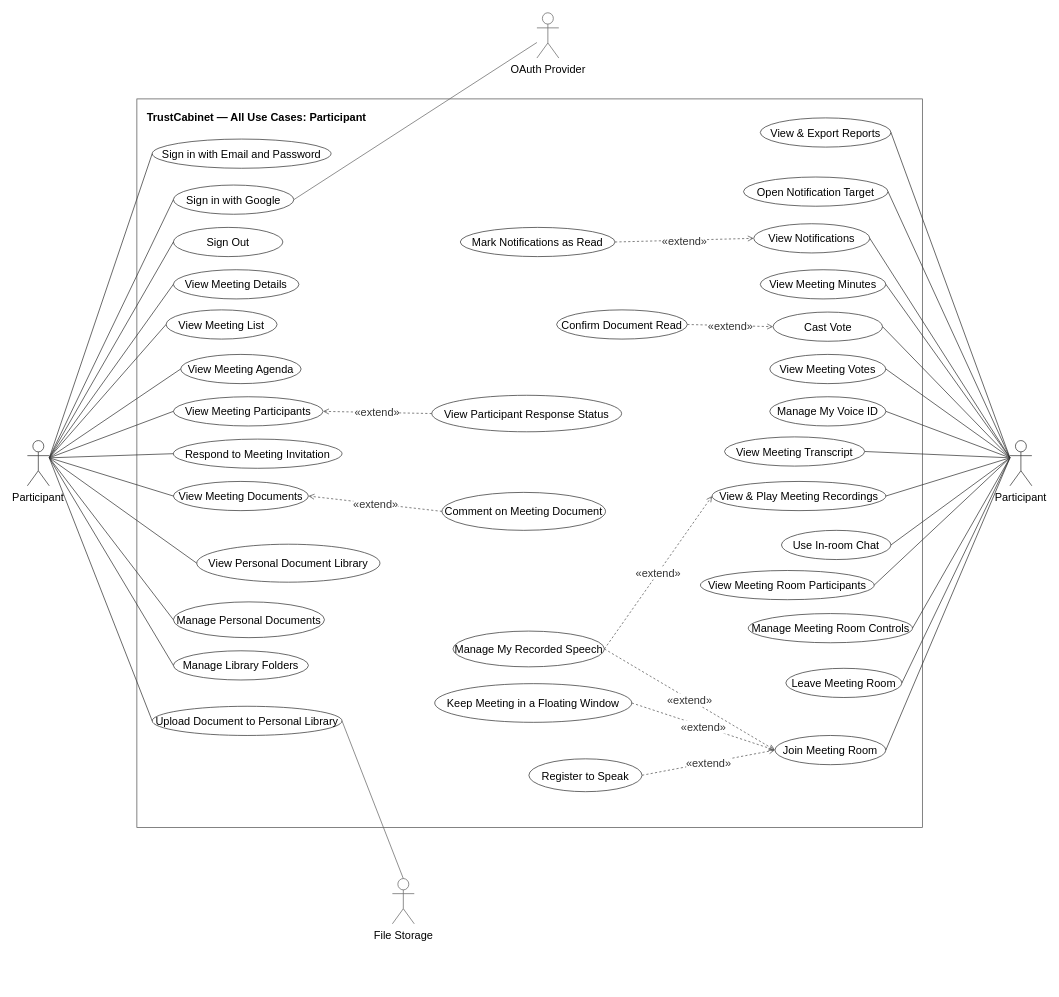
Above: page "Participant" (6 of 7) of docs/14-uc-diagram/trustcabinet-use-cases.drawio in callmehai/FU-FA26-G116 (draw.io), before the change. Source tidied: cells renumbered, new cells numbered last; positions are measured from the earlier drawing's top-left corner, leaving out a move shared by most shapes. Both pictures are drawn from the tidied source at 73%, with x=0, y=0 at pixel (27, 12).
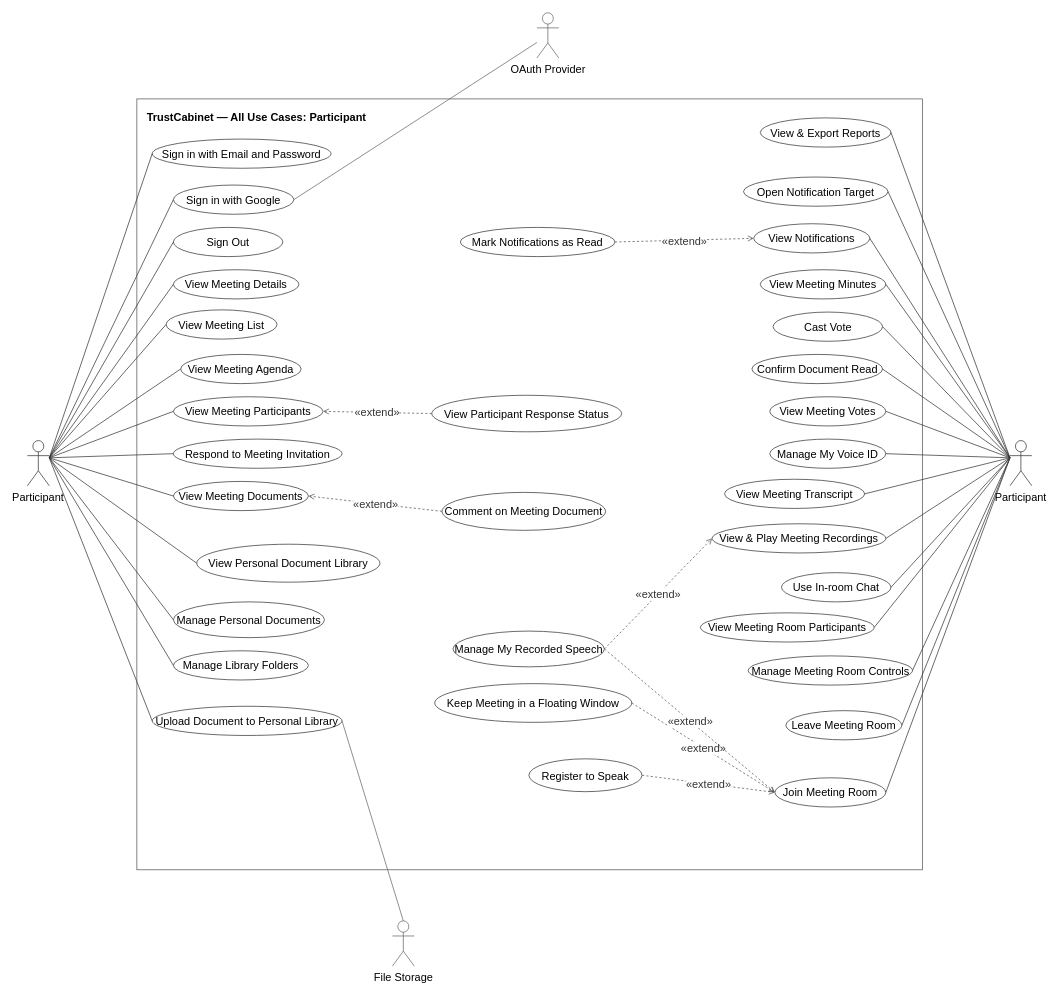
The same page after the edit.

The change refers to these unchanged cells:
```xml
<mxCell id="4" value="Participant" style="shape=umlActor;whiteSpace=wrap;verticalLabelPosition=bottom;verticalAlign=top;html=1;outlineConnect=0;fillColor=#ffffff;strokeColor=#333333;fontSize=15;" parent="1" vertex="1">
  <mxGeometry x="1346" y="586" width="30" height="62" as="geometry" />
</mxCell>
<mxCell id="23" value="Cast Vote" style="ellipse;whiteSpace=wrap;html=1;align=center;verticalAlign=middle;fontSize=15;strokeColor=#333333;fillColor=#ffffff;" parent="1" vertex="1">
  <mxGeometry x="1021.5" y="410" width="150" height="40" as="geometry" />
</mxCell>
```

Change to the diagram source:
```diff
@@
     <mxCell id="2" value="TrustCabinet — All Use Cases: Participant" style="rounded=0;whiteSpace=wrap;html=1;align=left;verticalAlign=top;spacingTop=10;spacingLeft=12;fontStyle=1;fontSize=15;strokeColor=#555555;fillColor=none;" parent="1" vertex="1">
-      <mxGeometry x="150" y="118" width="1076" height="998" as="geometry" />
+      <mxGeometry x="150" y="118" width="1076" height="1056" as="geometry" />
     </mxCell>
@@
     <mxCell id="14" value="Join Meeting Room" style="ellipse;whiteSpace=wrap;html=1;align=center;verticalAlign=middle;fontSize=15;strokeColor=#333333;fillColor=#ffffff;" parent="1" vertex="1">
-      <mxGeometry x="1024" y="990" width="152" height="40" as="geometry" />
+      <mxGeometry x="1024" y="1048" width="152" height="40" as="geometry" />
     </mxCell>
     <mxCell id="15" value="Leave Meeting Room" style="ellipse;whiteSpace=wrap;html=1;align=center;verticalAlign=middle;fontSize=15;strokeColor=#333333;fillColor=#ffffff;" parent="1" vertex="1">
-      <mxGeometry x="1039" y="898" width="159" height="40" as="geometry" />
+      <mxGeometry x="1039" y="956" width="159" height="40" as="geometry" />
     </mxCell>
     <mxCell id="16" value="Manage Meeting Room Controls" style="ellipse;whiteSpace=wrap;html=1;align=center;verticalAlign=middle;fontSize=15;strokeColor=#333333;fillColor=#ffffff;" parent="1" vertex="1">
-      <mxGeometry x="987.5" y="823" width="225" height="40" as="geometry" />
+      <mxGeometry x="987.5" y="881" width="225" height="40" as="geometry" />
     </mxCell>
     <mxCell id="17" value="View Meeting Room Participants" style="ellipse;whiteSpace=wrap;html=1;align=center;verticalAlign=middle;fontSize=15;strokeColor=#333333;fillColor=#ffffff;" parent="1" vertex="1">
-      <mxGeometry x="922" y="764" width="238" height="40" as="geometry" />
+      <mxGeometry x="922" y="822" width="238" height="40" as="geometry" />
     </mxCell>
     <mxCell id="18" value="Use In-room Chat" style="ellipse;whiteSpace=wrap;html=1;align=center;verticalAlign=middle;fontSize=15;strokeColor=#333333;fillColor=#ffffff;" parent="1" vertex="1">
-      <mxGeometry x="1033" y="709" width="150" height="40" as="geometry" />
+      <mxGeometry x="1033" y="767" width="150" height="40" as="geometry" />
     </mxCell>
@@
     <mxCell id="21" value="View &amp;amp; Play Meeting Recordings" style="ellipse;whiteSpace=wrap;html=1;align=center;verticalAlign=middle;fontSize=15;strokeColor=#333333;fillColor=#ffffff;" parent="1" vertex="1">
-      <mxGeometry x="938" y="642" width="238" height="40" as="geometry" />
+      <mxGeometry x="938" y="700" width="238" height="40" as="geometry" />
     </mxCell>
     <mxCell id="22" value="View Meeting Votes" style="ellipse;whiteSpace=wrap;html=1;align=center;verticalAlign=middle;fontSize=15;strokeColor=#333333;fillColor=#ffffff;" parent="1" vertex="1">
-      <mxGeometry x="1017" y="468" width="159" height="40" as="geometry" />
+      <mxGeometry x="1017" y="526" width="159" height="40" as="geometry" />
     </mxCell>
@@
     <mxCell id="33" value="View Meeting Transcript" style="ellipse;whiteSpace=wrap;html=1;align=center;verticalAlign=middle;fontSize=15;strokeColor=#333333;fillColor=#ffffff;" parent="1" vertex="1">
-      <mxGeometry x="955" y="581" width="192" height="40" as="geometry" />
+      <mxGeometry x="955" y="639" width="192" height="40" as="geometry" />
     </mxCell>
     <mxCell id="34" value="Confirm Document Read" style="ellipse;whiteSpace=wrap;html=1;align=center;verticalAlign=middle;fontSize=15;strokeColor=#333333;fillColor=#ffffff;" parent="1" vertex="1">
-      <mxGeometry x="725" y="407" width="179" height="40" as="geometry" />
+      <mxGeometry x="992.5" y="468" width="179" height="40" as="geometry" />
     </mxCell>
@@
     <mxCell id="38" value="Manage My Voice ID" style="ellipse;whiteSpace=wrap;html=1;align=center;verticalAlign=middle;fontSize=15;strokeColor=#333333;fillColor=#ffffff;" parent="1" vertex="1">
-      <mxGeometry x="1017" y="526" width="159" height="40" as="geometry" />
+      <mxGeometry x="1017" y="584" width="159" height="40" as="geometry" />
     </mxCell>
@@
     <mxCell id="40" value="File Storage" style="shape=umlActor;verticalLabelPosition=bottom;verticalAlign=top;html=1;outlineConnect=0;fillColor=#ffffff;strokeColor=#666666;fontSize=15;" parent="1" vertex="1">
-      <mxGeometry x="500" y="1186" width="30" height="62" as="geometry" />
+      <mxGeometry x="500" y="1244" width="30" height="62" as="geometry" />
     </mxCell>
@@
-    <mxCell id="50" value="«extend»" style="edgeStyle=none;html=1;dashed=1;strokeColor=#555555;fontColor=#333333;fontSize=15;endArrow=open;endFill=0;labelBackgroundColor=#FFFFFF;exitX=1;exitY=0.5;exitDx=0;exitDy=0;entryX=0;entryY=0.5;entryDx=0;entryDy=0;" parent="1" edge="1" source="34" target="23">
-      <mxGeometry relative="1" as="geometry" />
-    </mxCell>
@@
+    <mxCell id="78" style="edgeStyle=none;strokeColor=#333333;html=1;strokeWidth=1;endArrow=none;startArrow=none;exitX=0;exitY=0.35;exitDx=-4;exitDy=0;entryX=1;entryY=0.5;entryDx=0;entryDy=0;fontSize=15;" parent="1" edge="1" source="4" target="34">
+      <mxGeometry relative="1" as="geometry" />
+    </mxCell>
```
